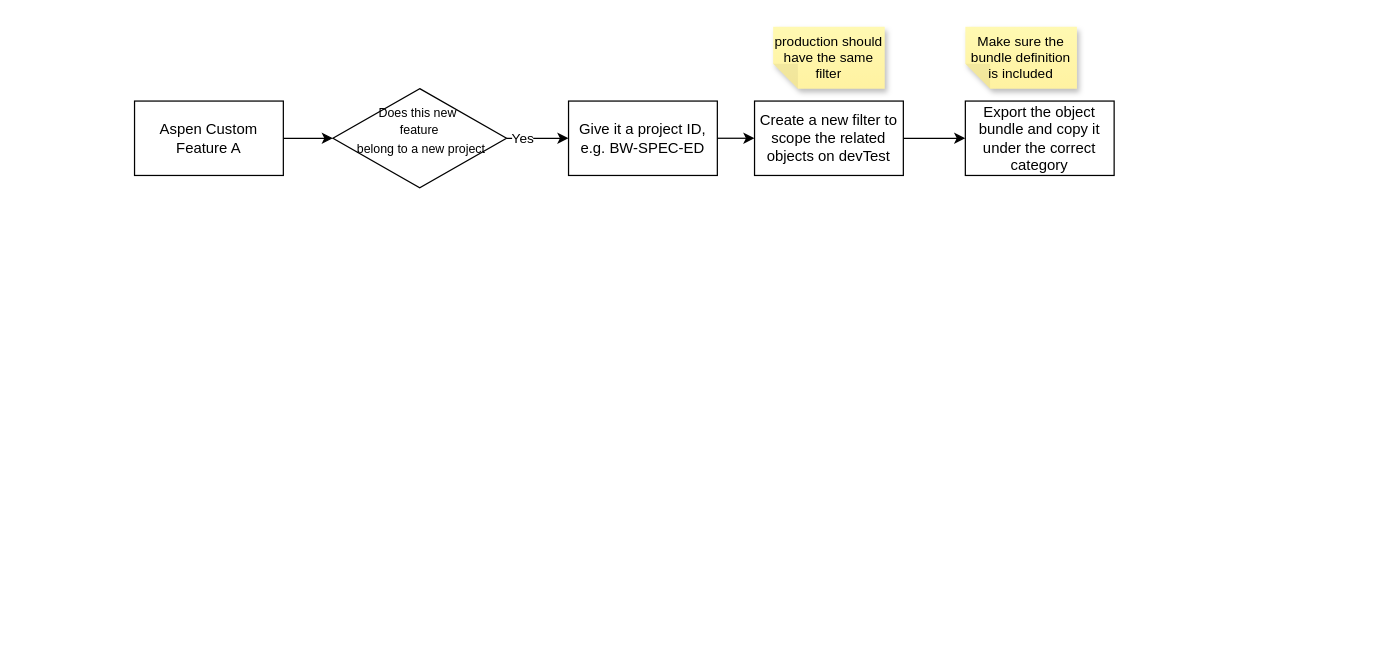
The draw.io diagram Untitled Diagram.drawio in liulinradio/liulinradio, before the edit. Source tidied: cells renumbered, new cells numbered last; positions are measured from the earlier drawing's top-left corner, leaving out a move shared by most shapes. Both pictures are drawn from the tidied source at 124%, with x=0, y=0 at pixel (134, 26).
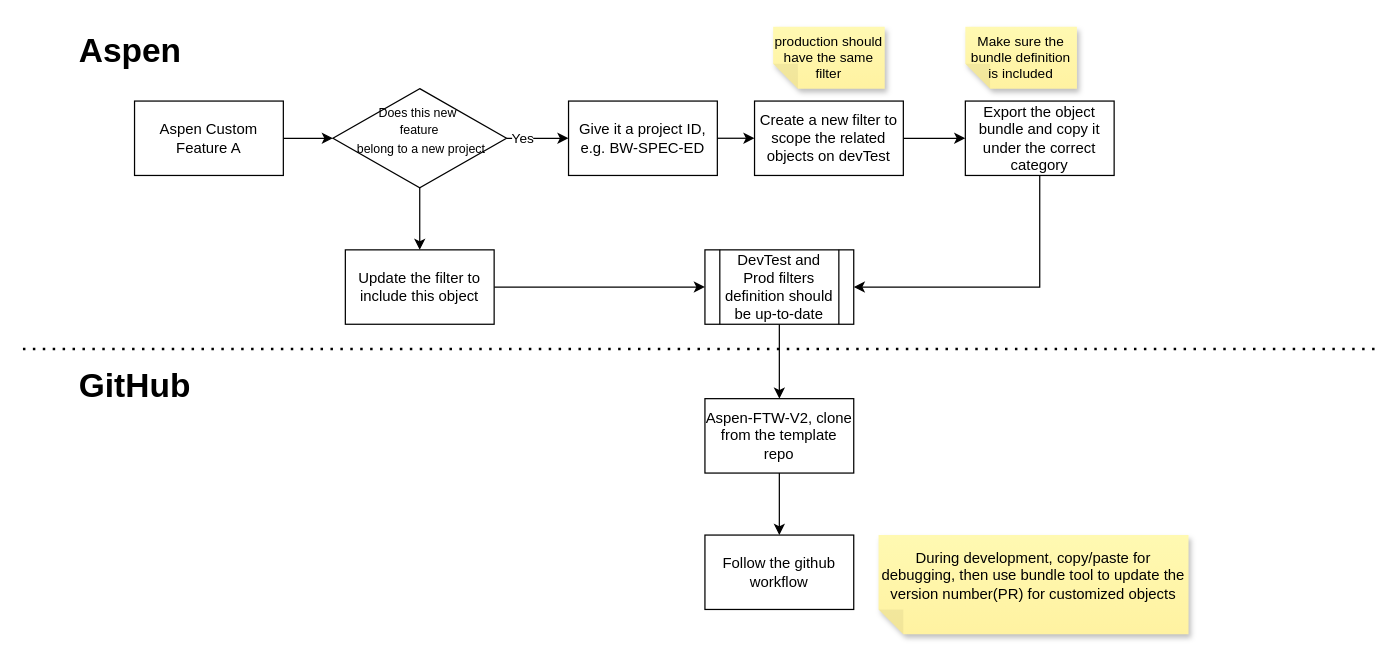
After the change.

Unchanged cells that the change refers to:
```xml
<mxCell id="6" value="&lt;font style=&quot;font-size: 10px;&quot;&gt;Does this new&amp;nbsp;&lt;/font&gt;&lt;div&gt;&lt;font style=&quot;font-size: 10px;&quot;&gt;feature&lt;/font&gt;&lt;div&gt;&lt;font style=&quot;font-size: 10px;&quot;&gt;&amp;nbsp;belong to a new project&lt;/font&gt;&lt;div&gt;&lt;br&gt;&lt;/div&gt;&lt;/div&gt;&lt;/div&gt;" style="rhombus;whiteSpace=wrap;html=1;rounded=0;" parent="1" vertex="1">
  <mxGeometry x="160" y="50" width="140" height="80" as="geometry" />
</mxCell>
<mxCell id="12" value="Export the object bundle and copy it under the correct category" style="whiteSpace=wrap;html=1;rounded=0;" parent="1" vertex="1">
  <mxGeometry x="670" y="60" width="120" height="60" as="geometry" />
</mxCell>
```

Diff of the diagram source:
```diff
@@
+    <mxCell id="14" style="edgeStyle=orthogonalEdgeStyle;rounded=0;jettySize=auto;html=1;exitX=0.5;exitY=1;exitDx=0;exitDy=0;" parent="1" edge="1" source="6">
+      <mxGeometry relative="1" as="geometry">
+        <mxPoint x="230" y="180" as="targetPoint" />
+      </mxGeometry>
+    </mxCell>
@@
+    <mxCell id="15" style="edgeStyle=orthogonalEdgeStyle;rounded=0;jettySize=auto;html=1;exitX=0.5;exitY=1;exitDx=0;exitDy=0;entryX=1;entryY=0.5;entryDx=0;entryDy=0;" parent="1" edge="1" source="12" target="19">
+      <mxGeometry relative="1" as="geometry" />
+    </mxCell>
@@
+    <mxCell id="16" style="edgeStyle=orthogonalEdgeStyle;rounded=0;jettySize=auto;html=1;exitX=1;exitY=0.5;exitDx=0;exitDy=0;" parent="1" edge="1" source="17" target="19">
+      <mxGeometry relative="1" as="geometry" />
+    </mxCell>
+    <mxCell id="17" value="Update the filter to include this object" style="rounded=0;whiteSpace=wrap;html=1;" parent="1" vertex="1">
+      <mxGeometry x="170" y="180" width="120" height="60" as="geometry" />
+    </mxCell>
+    <mxCell id="18" style="edgeStyle=orthogonalEdgeStyle;rounded=0;jettySize=auto;html=1;entryX=0.5;entryY=0;entryDx=0;entryDy=0;" parent="1" edge="1" source="19" target="21">
+      <mxGeometry relative="1" as="geometry" />
+    </mxCell>
+    <mxCell id="19" value="DevTest and Prod filters definition should be up-to-date" style="shape=process;whiteSpace=wrap;html=1;backgroundOutline=1;" parent="1" vertex="1">
+      <mxGeometry x="460" y="180" width="120" height="60" as="geometry" />
+    </mxCell>
+    <mxCell id="20" style="edgeStyle=orthogonalEdgeStyle;rounded=0;jettySize=auto;html=1;entryX=0.5;entryY=0;entryDx=0;entryDy=0;" parent="1" edge="1" source="21" target="25">
+      <mxGeometry relative="1" as="geometry" />
+    </mxCell>
+    <mxCell id="21" value="Aspen-FTW-V2, clone from the template repo" style="rounded=0;whiteSpace=wrap;html=1;" parent="1" vertex="1">
+      <mxGeometry x="460" y="300" width="120" height="60" as="geometry" />
+    </mxCell>
+    <mxCell id="22" value="Aspen&amp;nbsp;" style="text;strokeColor=none;fillColor=none;html=1;fontSize=27;fontStyle=1;verticalAlign=middle;align=center;autosizeText=1;" parent="1" vertex="1">
+      <mxGeometry x="-80" width="160" height="40" as="geometry" />
+    </mxCell>
+    <mxCell id="23" style="endArrow=none;dashed=1;html=1;dashPattern=1 3;strokeWidth=2;rounded=0;" parent="1" edge="1">
+      <mxGeometry relative="1" as="geometry">
+        <mxPoint x="-90" y="260" as="sourcePoint" />
+        <mxPoint x="1001.4" y="260" as="targetPoint" />
+      </mxGeometry>
+    </mxCell>
+    <mxCell id="24" value="GitHub" style="text;strokeColor=none;fillColor=none;html=1;fontSize=27;fontStyle=1;verticalAlign=middle;align=center;autosizeText=1;" parent="1" vertex="1">
+      <mxGeometry x="-80" y="270" width="160" height="40" as="geometry" />
+    </mxCell>
+    <mxCell id="25" value="Follow the github workflow" style="rounded=0;whiteSpace=wrap;html=1;" parent="1" vertex="1">
+      <mxGeometry x="460" y="410" width="120" height="60" as="geometry" />
+    </mxCell>
+    <mxCell id="26" value="During development, copy/paste for debugging, then use bundle tool to update the version number(PR) for customized objects&lt;div&gt;&lt;br/&gt;&lt;/div&gt;" style="shape=note;whiteSpace=wrap;html=1;backgroundOutline=1;autosizeText=1;fontColor=#000000;darkOpacity=0.05;fillColor=#FFF9B2;strokeColor=none;fillStyle=solid;fontSize=12;direction=west;gradientDirection=north;gradientColor=#FFF2A1;shadow=1;size=20;" parent="1" vertex="1">
+      <mxGeometry x="600" y="410" width="250" height="80" as="geometry" />
+    </mxCell>
```
